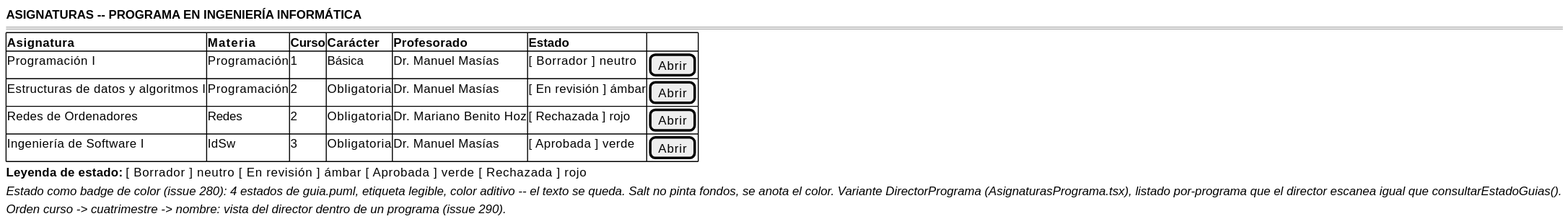
The PlantUML diagram images/RUP/01-requisitos/03-detalle-casos-uso/abrirAsignaturasPrograma/wireframe.svg in mmasias/pyCeldaPublico, before a commit. The source it was exported from:
```plantuml
@startsalt abrirAsignaturasPrograma-wireframe
{
    <b>ASIGNATURAS -- PROGRAMA EN INGENIERÍA INFORMÁTICA</b>
    ====
    {#
    <b>Asignatura                          | <b>Materia    | <b>Curso  | <b>Carácter | <b>Profesorado      |<b>Estado| .
    Programación I                         | Programación  | 1         | Básica | Dr. Manuel Masías        |[ Borrador ] neutro| [Abrir]
    Estructuras de datos y algoritmos I    | Programación  | 2         | Obligatoria | Dr. Manuel Masías   |[ En revisión ] ámbar| [Abrir]
    Redes de Ordenadores                   | Redes         | 2         | Obligatoria | Dr. Mariano Benito Hoz |[ Rechazada ] rojo| [Abrir]
    Ingeniería de Software I               | IdSw          | 3         | Obligatoria | Dr. Manuel Masías   |[ Aprobada ] verde| [Abrir]

    }
    <b>Leyenda de estado:</b> [ Borrador ] neutro   [ En revisión ] ámbar   [ Aprobada ] verde   [ Rechazada ] rojo
    <i>Estado como badge de color (issue 280): 4 estados de guia.puml, etiqueta legible, color aditivo -- el texto se queda. Salt no pinta fondos, se anota el color. Variante DirectorPrograma (AsignaturasPrograma.tsx), listado por-programa que el director escanea igual que consultarEstadoGuias().</i>
    <i>Orden curso -> cuatrimestre -> nombre: vista del director dentro de un programa (issue 290).</i>
}
@endsalt
```
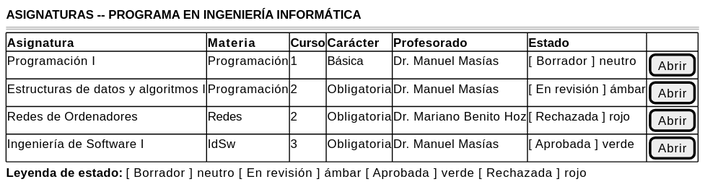
Above is the later version.

Diff of the diagram source:
```diff
@@ -11,7 +11,5 @@
 
     }
     <b>Leyenda de estado:</b> [ Borrador ] neutro   [ En revisión ] ámbar   [ Aprobada ] verde   [ Rechazada ] rojo
-    <i>Estado como badge de color (issue 280): 4 estados de guia.puml, etiqueta legible, color aditivo -- el texto se queda. Salt no pinta fondos, se anota el color. Variante DirectorPrograma (AsignaturasPrograma.tsx), listado por-programa que el director escanea igual que consultarEstadoGuias().</i>
-    <i>Orden curso -> cuatrimestre -> nombre: vista del director dentro de un programa (issue 290).</i>
 }
 @endsalt
```
